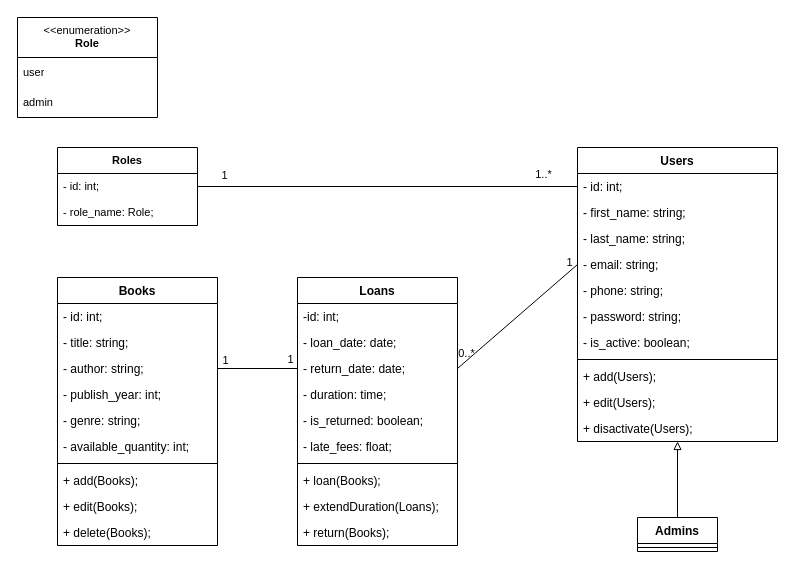
berghach/Library keeps this draw.io diagram as page "class" (2 of 2) of Diagramme de gestion de bibliothéque.drawio. Above is the earlier version. Source tidied: cells renumbered, new cells numbered last; positions are measured from the earlier drawing's top-left corner, leaving out a move shared by most shapes. Both pictures are drawn from the tidied source at 100%, with x=0, y=0 at pixel (17, 17).
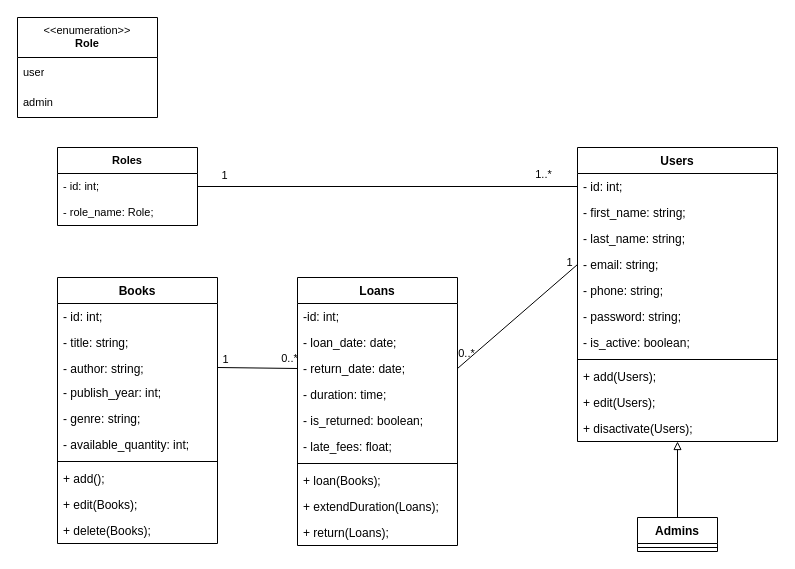
The same diagram, later.

Unchanged cells that the change refers to:
```xml
<mxCell id="26" value="Loans" style="swimlane;fontStyle=1;align=center;verticalAlign=top;horizontal=1;startSize=26;whiteSpace=wrap;html=1;" parent="1" vertex="1">
  <mxGeometry x="280" y="260" width="160" height="268" as="geometry" />
</mxCell>
<mxCell id="51" style="endArrow=none;html=1;rounded=0;strokeColor=default;align=center;verticalAlign=bottom;fontFamily=Helvetica;fontSize=11;fontColor=default;labelBackgroundColor=none;exitX=1;exitY=0.5;exitDx=0;exitDy=0;entryX=0;entryY=0.5;entryDx=0;entryDy=0;" parent="1" edge="1" source="5" target="29">
  <mxGeometry relative="1" as="geometry" />
</mxCell>
```

Change to the diagram source:
```diff
@@
     <mxCell id="2" value="Books" style="swimlane;fontStyle=1;align=center;verticalAlign=top;horizontal=1;startSize=26;whiteSpace=wrap;html=1;" parent="1" vertex="1">
-      <mxGeometry x="40" y="260" width="160" height="268" as="geometry" />
+      <mxGeometry x="40" y="260" width="160" height="266" as="geometry" />
     </mxCell>
@@
     <mxCell id="5" value="- author: string;" style="text;strokeColor=none;fillColor=none;align=left;verticalAlign=top;spacingLeft=4;spacingRight=4;overflow=hidden;points=[[0,0.5],[1,0.5]];portConstraint=eastwest;whiteSpace=wrap;html=1;" parent="2" vertex="1">
-      <mxGeometry y="78" width="160" height="26" as="geometry" />
+      <mxGeometry y="78" width="160" height="24" as="geometry" />
     </mxCell>
     <mxCell id="6" value="- publish_year: int;" style="text;strokeColor=none;fillColor=none;align=left;verticalAlign=top;spacingLeft=4;spacingRight=4;overflow=hidden;whiteSpace=wrap;html=1;" parent="2" vertex="1">
-      <mxGeometry y="104" width="160" height="26" as="geometry" />
+      <mxGeometry y="102" width="160" height="26" as="geometry" />
     </mxCell>
     <mxCell id="7" value="- genre: string;" style="text;strokeColor=none;fillColor=none;align=left;verticalAlign=top;spacingLeft=4;spacingRight=4;overflow=hidden;whiteSpace=wrap;html=1;" parent="2" vertex="1">
-      <mxGeometry y="130" width="160" height="26" as="geometry" />
+      <mxGeometry y="128" width="160" height="26" as="geometry" />
     </mxCell>
     <mxCell id="8" value="- &lt;font style=&quot;font-size: 12px;&quot;&gt;available_quantity&lt;/font&gt;&lt;span style=&quot;background-color: initial;&quot;&gt;: int;&lt;/span&gt;" style="text;strokeColor=none;fillColor=none;align=left;verticalAlign=top;spacingLeft=4;spacingRight=4;overflow=hidden;whiteSpace=wrap;html=1;" parent="2" vertex="1">
-      <mxGeometry y="156" width="160" height="26" as="geometry" />
+      <mxGeometry y="154" width="160" height="26" as="geometry" />
     </mxCell>
     <mxCell id="9" style="line;strokeWidth=1;fillColor=none;align=left;verticalAlign=middle;spacingTop=-1;spacingLeft=3;spacingRight=3;labelPosition=right;strokeColor=inherit;" parent="2" vertex="1">
-      <mxGeometry y="182" width="160" height="8" as="geometry" />
+      <mxGeometry y="180" width="160" height="8" as="geometry" />
     </mxCell>
-    <mxCell id="10" value="+ add(Books);" style="text;strokeColor=none;fillColor=none;align=left;verticalAlign=top;spacingLeft=4;spacingRight=4;overflow=hidden;whiteSpace=wrap;html=1;" parent="2" vertex="1">
-      <mxGeometry y="190" width="160" height="26" as="geometry" />
+    <mxCell id="10" value="+ add();" style="text;strokeColor=none;fillColor=none;align=left;verticalAlign=top;spacingLeft=4;spacingRight=4;overflow=hidden;whiteSpace=wrap;html=1;" parent="2" vertex="1">
+      <mxGeometry y="188" width="160" height="26" as="geometry" />
     </mxCell>
     <mxCell id="11" value="+ edit(Books);" style="text;strokeColor=none;fillColor=none;align=left;verticalAlign=top;spacingLeft=4;spacingRight=4;overflow=hidden;whiteSpace=wrap;html=1;" parent="2" vertex="1">
-      <mxGeometry y="216" width="160" height="26" as="geometry" />
+      <mxGeometry y="214" width="160" height="26" as="geometry" />
     </mxCell>
     <mxCell id="12" value="+ delete(Books);" style="text;strokeColor=none;fillColor=none;align=left;verticalAlign=top;spacingLeft=4;spacingRight=4;overflow=hidden;whiteSpace=wrap;html=1;" parent="2" vertex="1">
-      <mxGeometry y="242" width="160" height="26" as="geometry" />
+      <mxGeometry y="240" width="160" height="26" as="geometry" />
     </mxCell>
@@
-    <mxCell id="36" value="+ return(Books);" style="text;strokeColor=none;fillColor=none;align=left;verticalAlign=top;spacingLeft=4;spacingRight=4;overflow=hidden;whiteSpace=wrap;html=1;" parent="26" vertex="1">
+    <mxCell id="36" value="+ return(Loans);" style="text;strokeColor=none;fillColor=none;align=left;verticalAlign=top;spacingLeft=4;spacingRight=4;overflow=hidden;whiteSpace=wrap;html=1;" parent="26" vertex="1">
       <mxGeometry y="242" width="160" height="26" as="geometry" />
     </mxCell>
@@
-    <mxCell id="52" value="1" style="edgeLabel;html=1;align=center;verticalAlign=middle;fontFamily=Helvetica;fontSize=11;fontColor=default;labelBackgroundColor=none;" parent="51" vertex="1">
+    <mxCell id="52" value="0..*" style="edgeLabel;html=1;align=center;verticalAlign=middle;fontFamily=Helvetica;fontSize=11;fontColor=default;labelBackgroundColor=none;" parent="51" vertex="1">
       <mxGeometry x="0.8" relative="1" as="geometry">
         <mxPoint y="-10" as="offset" />
       </mxGeometry>
     </mxCell>
     <mxCell id="53" value="1" style="edgeLabel;html=1;align=center;verticalAlign=middle;fontFamily=Helvetica;fontSize=11;fontColor=default;labelBackgroundColor=none;" parent="51" vertex="1">
       <mxGeometry x="-0.83" y="-1" relative="1" as="geometry">
-        <mxPoint y="-10" as="offset" />
+        <mxPoint x="1" y="-10" as="offset" />
       </mxGeometry>
     </mxCell>
```
